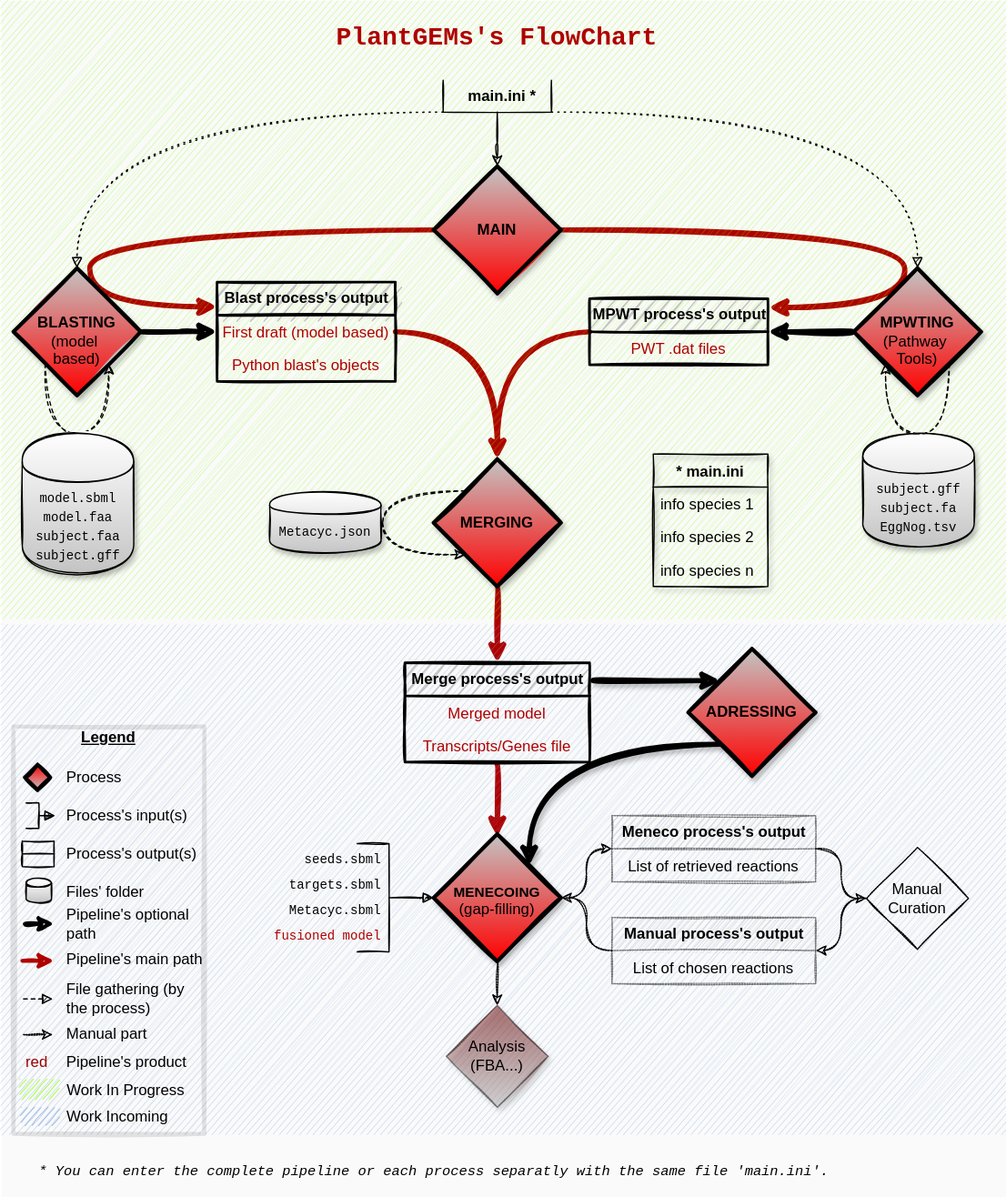
Earlier version of the draw.io export Flowchart_PlantGEMs.drawio.svg (AsaLap/PlantGEMs). Source tidied: cells renumbered, new cells last; positions are measured from the earlier drawing's top-left corner, leaving out a move shared by most shapes.
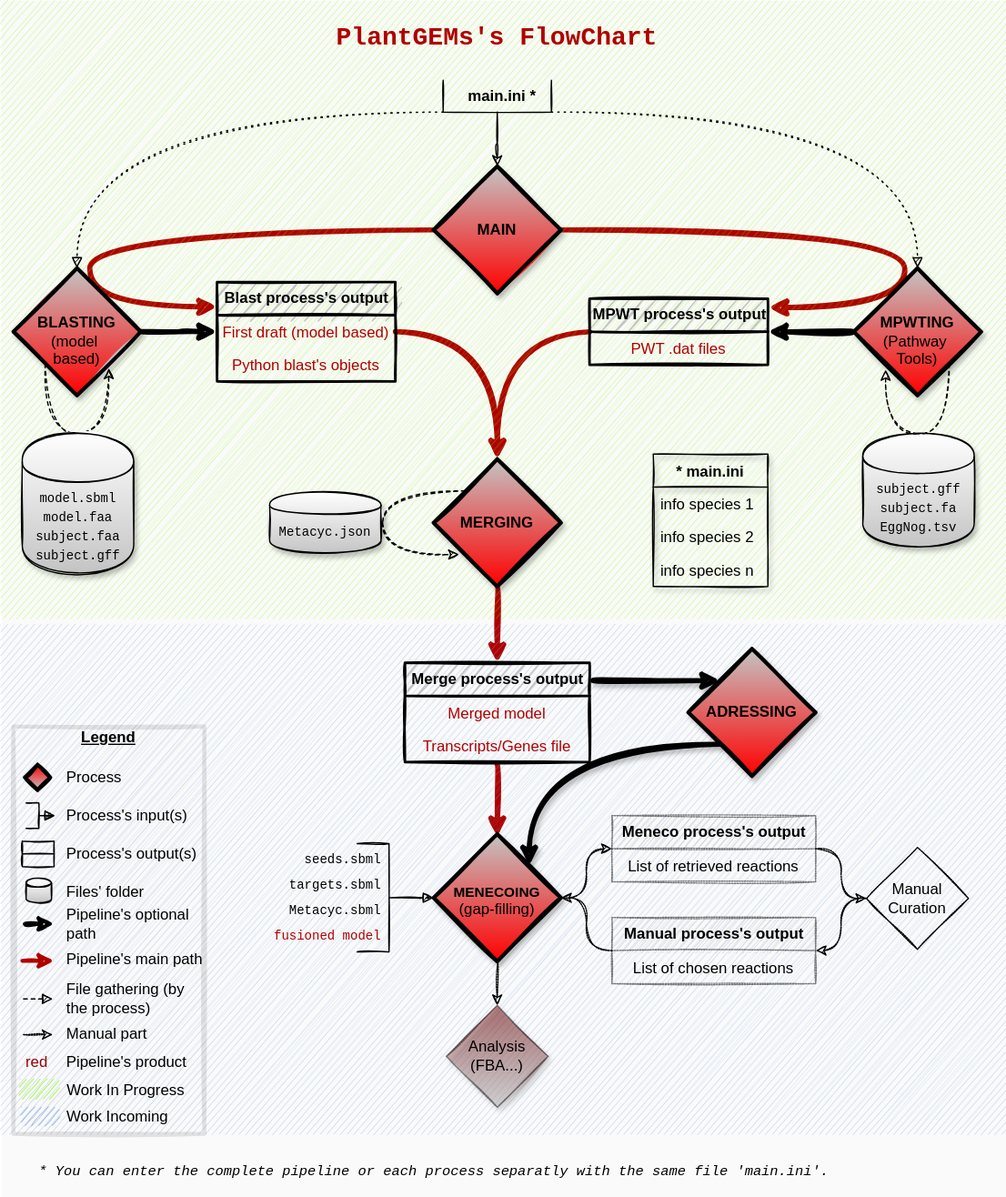
Later version of the same file.

Commit message:
Mettre à jour Flowchart_PlantGEMs.drawio.svg

The edit, as a diff of the source:
```diff
@@ -183,8 +183,9 @@
         <mxPoint x="170" y="260" as="targetPoint" />
       </mxGeometry>
     </mxCell>
-    <mxCell id="52" style="edgeStyle=orthogonalEdgeStyle;curved=1;orthogonalLoop=1;jettySize=auto;html=1;dashed=1;exitX=0;exitY=1;exitDx=0;exitDy=0;entryX=1;entryY=1;entryDx=0;entryDy=0;sketch=1;shadow=0;" parent="1" edge="1" source="53" target="53">
+    <mxCell id="52" style="edgeStyle=orthogonalEdgeStyle;curved=1;jettySize=auto;html=1;dashed=1;exitX=0;exitY=1;exitDx=0;exitDy=0;sketch=1;shadow=0;entryX=0.749;entryY=0.787;entryDx=0;entryDy=0;entryPerimeter=0;" parent="1" edge="1" target="53">
       <mxGeometry relative="1" as="geometry">
+        <mxPoint x="35" y="285" as="sourcePoint" />
         <Array as="points">
           <mxPoint x="35" y="340" />
           <mxPoint x="85" y="340" />
@@ -224,8 +225,9 @@
     <mxCell id="63" value="&lt;font style=&quot;font-size: 10px&quot; face=&quot;Courier New&quot;&gt;subject.gff&lt;br&gt;subject.fa&lt;br&gt;EggNog.tsv&lt;/font&gt;" style="shape=cylinder;html=1;boundedLbl=1;backgroundOutline=1;align=center;labelBackgroundColor=none;labelBorderColor=none;whiteSpace=wrap;fillColor=#C4C4C4;gradientColor=#ffffff;gradientDirection=north;sketch=1;shadow=1;" parent="1" vertex="1">
       <mxGeometry x="677" y="340" width="87.5" height="89" as="geometry" />
     </mxCell>
-    <mxCell id="64" style="edgeStyle=orthogonalEdgeStyle;curved=1;orthogonalLoop=1;jettySize=auto;html=1;exitX=1;exitY=1;exitDx=0;exitDy=0;entryX=0;entryY=1;entryDx=0;entryDy=0;dashed=1;startArrow=none;startFill=0;fontColor=#000000;sketch=1;" parent="1" edge="1" source="66" target="66">
+    <mxCell id="64" style="edgeStyle=orthogonalEdgeStyle;curved=1;jettySize=auto;html=1;exitX=1;exitY=1;exitDx=0;exitDy=0;dashed=1;startArrow=none;startFill=0;fontColor=#000000;sketch=1;" parent="1" edge="1" source="66">
       <mxGeometry relative="1" as="geometry">
+        <mxPoint x="695" y="290" as="targetPoint" />
         <Array as="points">
           <mxPoint x="745" y="340" />
           <mxPoint x="695" y="340" />
@@ -241,8 +243,9 @@
     <mxCell id="67" value="&lt;font style=&quot;font-size: 10px&quot; face=&quot;Courier New&quot;&gt;Metacyc.json&lt;br&gt;&lt;/font&gt;" style="shape=cylinder;html=1;boundedLbl=1;backgroundOutline=1;align=center;labelBackgroundColor=none;labelBorderColor=none;whiteSpace=wrap;fillColor=#C4C4C4;gradientColor=#ffffff;gradientDirection=north;sketch=1;shadow=1;" parent="1" vertex="1">
       <mxGeometry x="211.2" y="386.2" width="87.5" height="47.5" as="geometry" />
     </mxCell>
-    <mxCell id="68" style="edgeStyle=orthogonalEdgeStyle;orthogonalLoop=1;jettySize=auto;html=1;exitX=0;exitY=0;exitDx=0;exitDy=0;entryX=0;entryY=1;entryDx=0;entryDy=0;dashed=1;curved=1;sketch=1;" parent="1" edge="1" source="71" target="71">
+    <mxCell id="68" style="edgeStyle=orthogonalEdgeStyle;jettySize=auto;html=1;exitX=0;exitY=0;exitDx=0;exitDy=0;dashed=1;curved=1;sketch=1;" parent="1" edge="1" source="71">
       <mxGeometry relative="1" as="geometry">
+        <mxPoint x="360" y="435" as="targetPoint" />
         <Array as="points">
           <mxPoint x="300" y="385" />
           <mxPoint x="300" y="435" />
@@ -288,8 +291,10 @@
     <mxCell id="81" value="&lt;b&gt;&lt;font style=&quot;font-size: 12px;&quot;&gt;ADRESSING&lt;/font&gt;&lt;/b&gt;" style="rhombus;whiteSpace=wrap;html=1;strokeWidth=3;fillColor=#FF0000;gradientColor=#C4C4C4;gradientDirection=north;sketch=1;shadow=1;" parent="1" vertex="1">
       <mxGeometry x="540" y="509" width="100" height="100" as="geometry" />
     </mxCell>
-    <mxCell id="82" style="edgeStyle=orthogonalEdgeStyle;curved=1;sketch=1;jettySize=auto;html=1;exitX=0;exitY=0.5;exitDx=0;exitDy=0;exitPerimeter=0;entryX=0.5;entryY=0;entryDx=0;entryDy=0;shadow=0;startArrow=none;startFill=0;endArrow=classic;endFill=1;strokeColor=default;strokeWidth=1;" parent="1" edge="1" source="83" target="65">
-      <mxGeometry relative="1" as="geometry" />
+    <mxCell id="82" style="edgeStyle=orthogonalEdgeStyle;curved=1;sketch=1;jettySize=auto;html=1;exitX=0;exitY=0.5;exitDx=0;exitDy=0;exitPerimeter=0;shadow=0;startArrow=none;startFill=0;endArrow=classic;endFill=1;strokeColor=default;strokeWidth=1;" parent="1" edge="1" source="83">
+      <mxGeometry relative="1" as="geometry">
+        <mxPoint x="390" y="130" as="targetPoint" />
+      </mxGeometry>
     </mxCell>
     <mxCell id="83" style="strokeWidth=1;html=1;shape=mxgraph.flowchart.annotation_2;align=left;labelPosition=right;direction=west;sketch=1;rotation=90;" parent="1" vertex="1">
       <mxGeometry x="365" y="45" width="50" height="85" as="geometry" />
```
